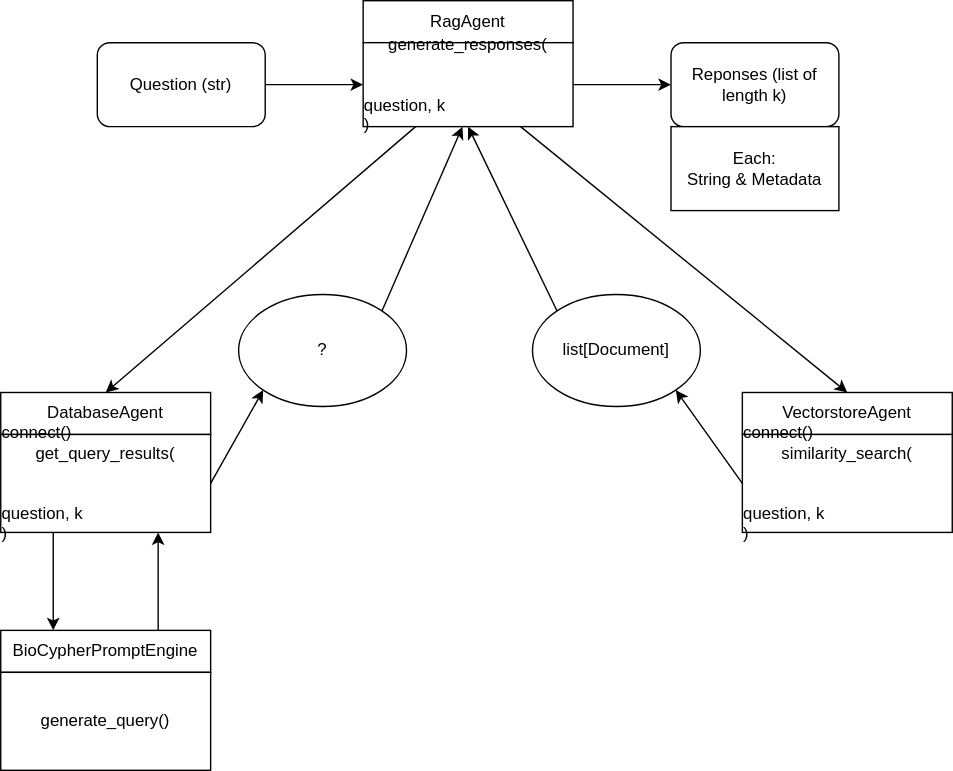
Earlier version of the draw.io export docs/rag_api.drawio.svg (biocypher/biochatter). Source tidied: cells renumbered, new cells last; positions are measured from the earlier drawing's top-left corner, leaving out a move shared by most shapes.
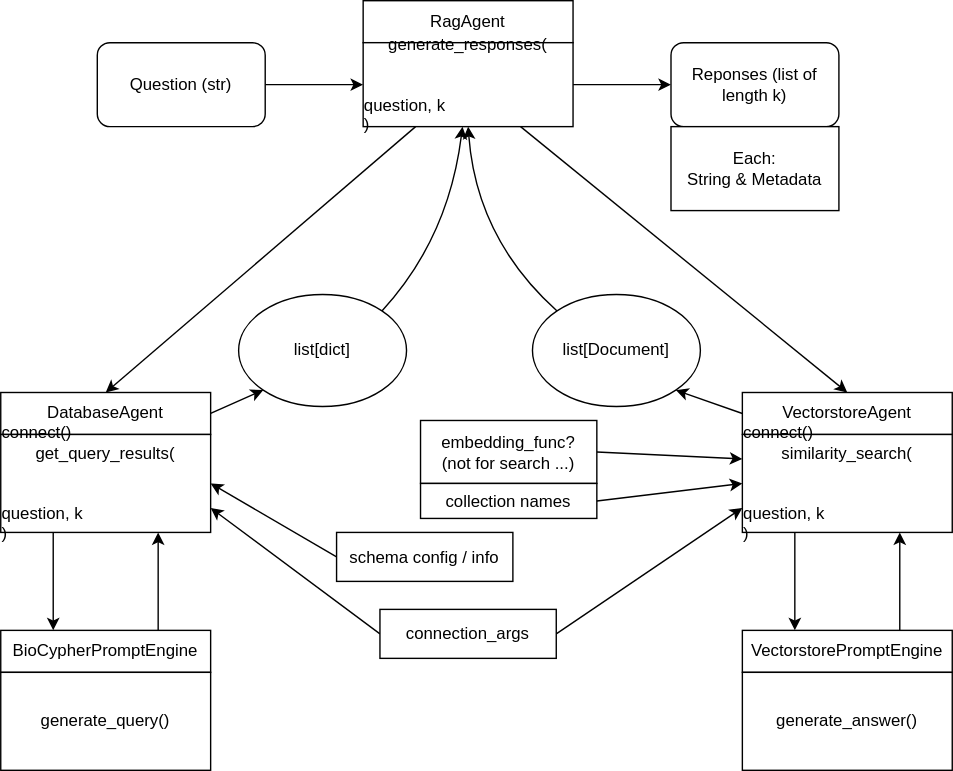
Above is the later version.

What changed in the source:
```diff
@@ -32,7 +32,7 @@
     <mxCell id="11" value="VectorstoreAgent" style="rounded=0;whiteSpace=wrap;html=1;" parent="1" vertex="1">
       <mxGeometry x="530" y="280" width="150" height="30" as="geometry" />
     </mxCell>
-    <mxCell id="12" style="edgeStyle=none;html=1;exitX=1;exitY=0.5;exitDx=0;exitDy=0;entryX=0;entryY=1;entryDx=0;entryDy=0;" parent="1" edge="1" source="14" target="18">
+    <mxCell id="12" style="edgeStyle=none;html=1;exitX=1;exitY=0.5;exitDx=0;exitDy=0;entryX=0;entryY=1;entryDx=0;entryDy=0;" parent="1" edge="1" source="10" target="18">
       <mxGeometry relative="1" as="geometry" />
     </mxCell>
     <mxCell id="13" style="edgeStyle=none;html=1;exitX=0.25;exitY=1;exitDx=0;exitDy=0;entryX=0.25;entryY=0;entryDx=0;entryDy=0;" parent="1" edge="1" source="14" target="23">
@@ -41,23 +41,33 @@
     <mxCell id="14" value="&lt;div style=&quot;text-align: left;&quot;&gt;&lt;span style=&quot;background-color: initial;&quot;&gt;connect()&lt;/span&gt;&lt;/div&gt;get_query_results(&lt;br&gt;&lt;div style=&quot;text-align: left;&quot;&gt;&lt;span style=&quot;background-color: initial;&quot;&gt;&lt;span style=&quot;white-space: pre;&quot;&gt;&#9;&lt;/span&gt;question, k&lt;/span&gt;&lt;/div&gt;&lt;div style=&quot;text-align: left;&quot;&gt;&lt;span style=&quot;background-color: initial;&quot;&gt;)&lt;/span&gt;&lt;/div&gt;" style="rounded=0;whiteSpace=wrap;html=1;" parent="1" vertex="1">
       <mxGeometry y="310" width="150" height="70" as="geometry" />
     </mxCell>
-    <mxCell id="15" style="edgeStyle=none;html=1;exitX=0;exitY=0;exitDx=0;exitDy=0;entryX=0.5;entryY=1;entryDx=0;entryDy=0;" parent="1" edge="1" source="16" target="6">
-      <mxGeometry relative="1" as="geometry" />
+    <mxCell id="15" style="edgeStyle=none;html=1;exitX=0;exitY=0;exitDx=0;exitDy=0;entryX=0.5;entryY=1;entryDx=0;entryDy=0;curved=1;" parent="1" edge="1" source="16" target="6">
+      <mxGeometry relative="1" as="geometry">
+        <Array as="points">
+          <mxPoint x="340" y="170" />
+        </Array>
+      </mxGeometry>
     </mxCell>
     <mxCell id="16" value="list[Document]" style="ellipse;whiteSpace=wrap;html=1;" parent="1" vertex="1">
       <mxGeometry x="380" y="210" width="120" height="80" as="geometry" />
     </mxCell>
-    <mxCell id="17" style="edgeStyle=none;html=1;exitX=1;exitY=0;exitDx=0;exitDy=0;" parent="1" edge="1" source="18">
+    <mxCell id="17" style="edgeStyle=none;html=1;exitX=1;exitY=0;exitDx=0;exitDy=0;curved=1;" parent="1" edge="1" source="18">
       <mxGeometry relative="1" as="geometry">
         <mxPoint x="330" y="90" as="targetPoint" />
+        <Array as="points">
+          <mxPoint x="320" y="170" />
+        </Array>
       </mxGeometry>
     </mxCell>
-    <mxCell id="18" value="?" style="ellipse;whiteSpace=wrap;html=1;" parent="1" vertex="1">
+    <mxCell id="18" value="list[dict]" style="ellipse;whiteSpace=wrap;html=1;" parent="1" vertex="1">
       <mxGeometry x="170" y="210" width="120" height="80" as="geometry" />
     </mxCell>
-    <mxCell id="19" style="edgeStyle=none;html=1;exitX=0;exitY=0.5;exitDx=0;exitDy=0;entryX=1;entryY=1;entryDx=0;entryDy=0;" parent="1" edge="1" source="20" target="16">
+    <mxCell id="19" style="edgeStyle=none;html=1;exitX=0;exitY=0.5;exitDx=0;exitDy=0;entryX=1;entryY=1;entryDx=0;entryDy=0;" parent="1" edge="1" source="11" target="16">
       <mxGeometry relative="1" as="geometry" />
     </mxCell>
+    <mxCell id="25" style="edgeStyle=none;html=1;exitX=0.25;exitY=1;exitDx=0;exitDy=0;entryX=0.25;entryY=0;entryDx=0;entryDy=0;" parent="1" edge="1" source="20" target="27">
+      <mxGeometry relative="1" as="geometry" />
+    </mxCell>
     <mxCell id="20" value="&lt;div style=&quot;text-align: left;&quot;&gt;&lt;span style=&quot;background-color: initial;&quot;&gt;connect()&lt;/span&gt;&lt;/div&gt;similarity_search(&lt;br&gt;&lt;div style=&quot;text-align: left;&quot;&gt;&lt;span style=&quot;background-color: initial;&quot;&gt;&lt;span style=&quot;white-space: pre;&quot;&gt;&#9;&lt;/span&gt;question, k&lt;/span&gt;&lt;/div&gt;&lt;div style=&quot;text-align: left;&quot;&gt;&lt;span style=&quot;background-color: initial;&quot;&gt;)&lt;/span&gt;&lt;/div&gt;" style="rounded=0;whiteSpace=wrap;html=1;" parent="1" vertex="1">
       <mxGeometry x="530" y="310" width="150" height="70" as="geometry" />
     </mxCell>
@@ -73,5 +83,41 @@
     <mxCell id="24" value="&lt;div style=&quot;text-align: left;&quot;&gt;generate_query()&lt;/div&gt;" style="rounded=0;whiteSpace=wrap;html=1;" parent="1" vertex="1">
       <mxGeometry y="480" width="150" height="70" as="geometry" />
     </mxCell>
+    <mxCell id="26" style="edgeStyle=none;html=1;exitX=0.75;exitY=0;exitDx=0;exitDy=0;entryX=0.75;entryY=1;entryDx=0;entryDy=0;" parent="1" edge="1" source="27" target="20">
+      <mxGeometry relative="1" as="geometry" />
+    </mxCell>
+    <mxCell id="27" value="VectorstorePromptEngine" style="rounded=0;whiteSpace=wrap;html=1;" parent="1" vertex="1">
+      <mxGeometry x="530" y="450" width="150" height="30" as="geometry" />
+    </mxCell>
+    <mxCell id="28" value="generate_answer()" style="rounded=0;whiteSpace=wrap;html=1;" parent="1" vertex="1">
+      <mxGeometry x="530" y="480" width="150" height="70" as="geometry" />
+    </mxCell>
+    <mxCell id="29" style="edgeStyle=none;curved=1;html=1;exitX=1;exitY=0.5;exitDx=0;exitDy=0;entryX=0;entryY=0.75;entryDx=0;entryDy=0;" parent="1" edge="1" source="31" target="20">
+      <mxGeometry relative="1" as="geometry" />
+    </mxCell>
+    <mxCell id="30" style="edgeStyle=none;curved=1;html=1;exitX=0;exitY=0.5;exitDx=0;exitDy=0;entryX=1;entryY=0.75;entryDx=0;entryDy=0;" parent="1" edge="1" source="31" target="14">
+      <mxGeometry relative="1" as="geometry" />
+    </mxCell>
+    <mxCell id="31" value="connection_args" style="rounded=0;whiteSpace=wrap;html=1;" parent="1" vertex="1">
+      <mxGeometry x="271" y="435" width="126" height="35" as="geometry" />
+    </mxCell>
+    <mxCell id="32" style="edgeStyle=none;curved=1;html=1;exitX=1;exitY=0.5;exitDx=0;exitDy=0;entryX=0;entryY=0.25;entryDx=0;entryDy=0;" parent="1" edge="1" source="33" target="20">
+      <mxGeometry relative="1" as="geometry" />
+    </mxCell>
+    <mxCell id="33" value="embedding_func?&lt;br&gt;(not for search ...)" style="rounded=0;whiteSpace=wrap;html=1;" parent="1" vertex="1">
+      <mxGeometry x="300" y="300" width="126" height="45" as="geometry" />
+    </mxCell>
+    <mxCell id="34" style="edgeStyle=none;curved=1;html=1;exitX=1;exitY=0.5;exitDx=0;exitDy=0;entryX=0;entryY=0.5;entryDx=0;entryDy=0;" parent="1" edge="1" source="35" target="20">
+      <mxGeometry relative="1" as="geometry" />
+    </mxCell>
+    <mxCell id="35" value="collection names" style="rounded=0;whiteSpace=wrap;html=1;" parent="1" vertex="1">
+      <mxGeometry x="300" y="345" width="126" height="25" as="geometry" />
+    </mxCell>
+    <mxCell id="36" style="edgeStyle=none;curved=1;html=1;exitX=0;exitY=0.5;exitDx=0;exitDy=0;entryX=1;entryY=0.5;entryDx=0;entryDy=0;" parent="1" edge="1" source="37" target="14">
+      <mxGeometry relative="1" as="geometry" />
+    </mxCell>
+    <mxCell id="37" value="schema config / info" style="rounded=0;whiteSpace=wrap;html=1;" parent="1" vertex="1">
+      <mxGeometry x="240" y="380" width="126" height="35" as="geometry" />
+    </mxCell>
   </root>
 </mxGraphModel>
```
